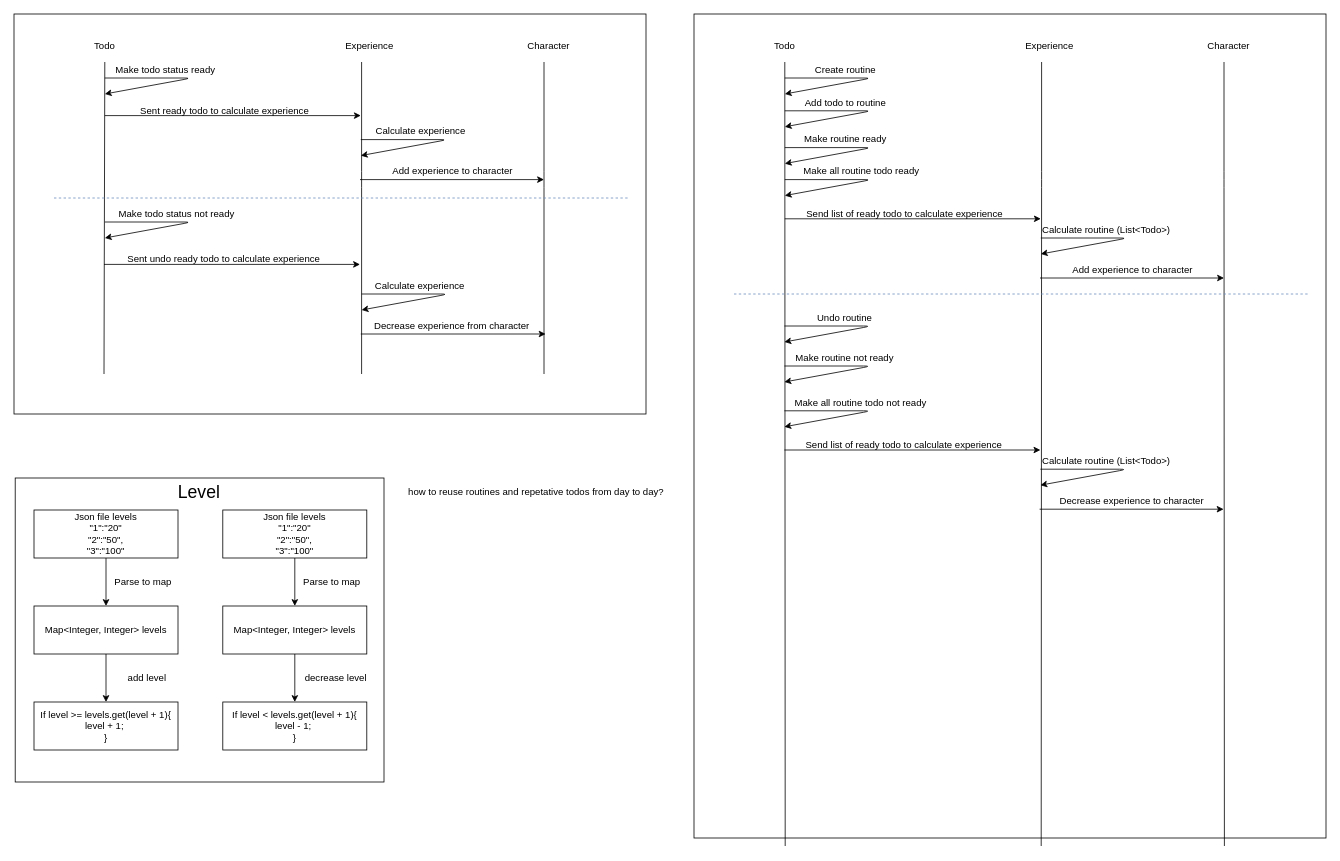
Above: experience moving.drawio in FedosovMax/diagrams (draw.io), before the change. Source tidied: cells renumbered, new cells numbered last; positions are measured from the earlier drawing's top-left corner, leaving out a move shared by most shapes. Both pictures are drawn from the tidied source at 80%, with x=0, y=0 at pixel (14, 14).
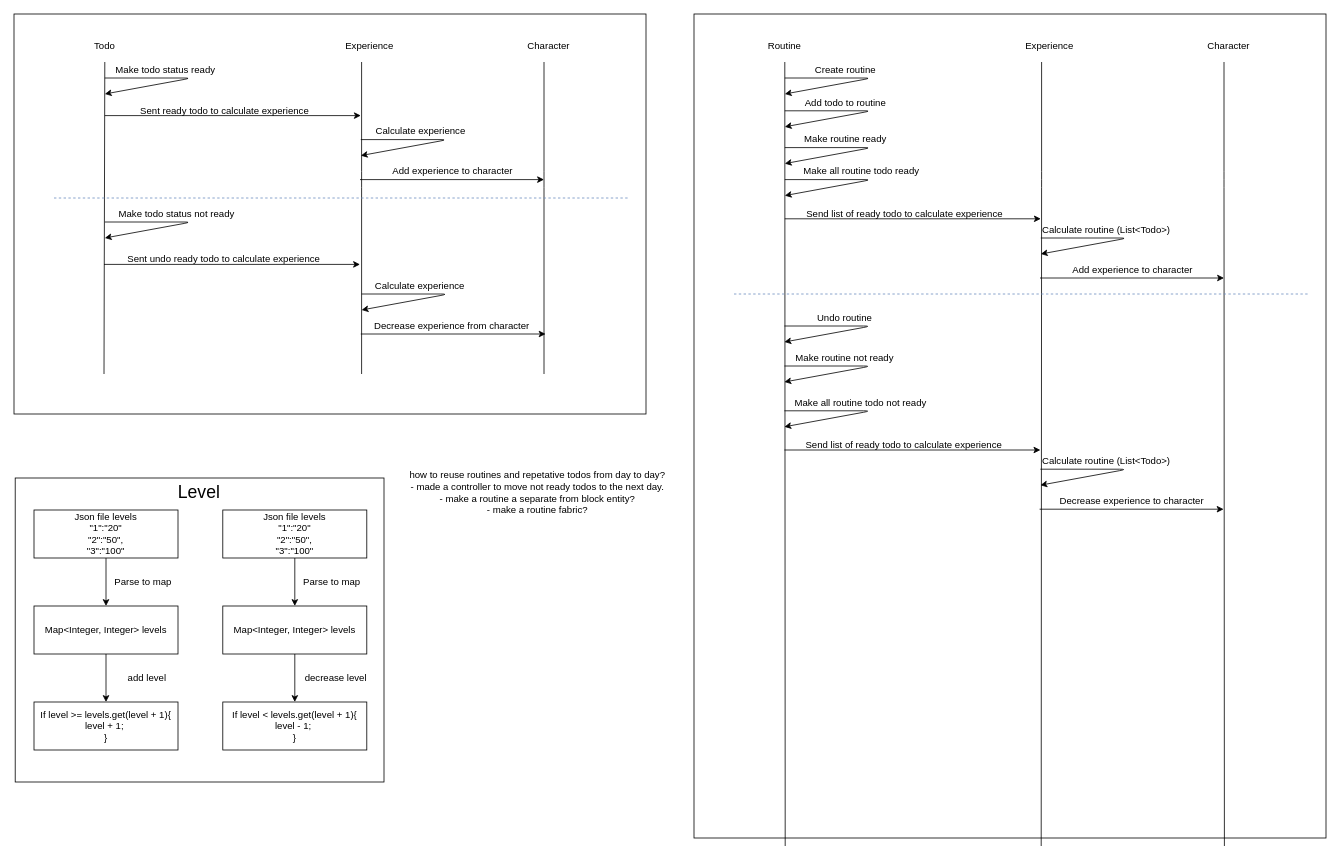
The same page after the edit.

Change to the diagram source:
```diff
@@
-    <mxCell id="42" value="how to reuse routines and repetative todos from day to day?&amp;nbsp;" style="text;html=1;align=center;verticalAlign=middle;" parent="1" vertex="1">
-      <mxGeometry x="483.5" y="588" width="340" height="20" as="geometry" />
+    <mxCell id="42" value="&lt;div&gt;how to reuse routines and repetative todos from day to day? &lt;br&gt;&lt;/div&gt;&lt;div&gt;- made a controller to move not ready todos to the next day.&lt;/div&gt;&lt;div&gt;- make a routine a separate from block entity? &lt;br&gt;&lt;/div&gt;&lt;div&gt;- make a routine fabric? &lt;br&gt;&lt;/div&gt;" style="text;html=1;align=center;verticalAlign=middle;" parent="1" vertex="1">
+      <mxGeometry x="488.5" y="568" width="330" height="60" as="geometry" />
     </mxCell>
@@
-    <mxCell id="46" value="Todo" style="text;html=1;align=center;verticalAlign=middle;" parent="1" vertex="1">
-      <mxGeometry x="942.5" y="30" width="40" height="20" as="geometry" />
+    <mxCell id="46" value="Routine" style="text;html=1;align=center;verticalAlign=middle;" parent="1" vertex="1">
+      <mxGeometry x="932.5" y="30" width="60" height="20" as="geometry" />
     </mxCell>
```
